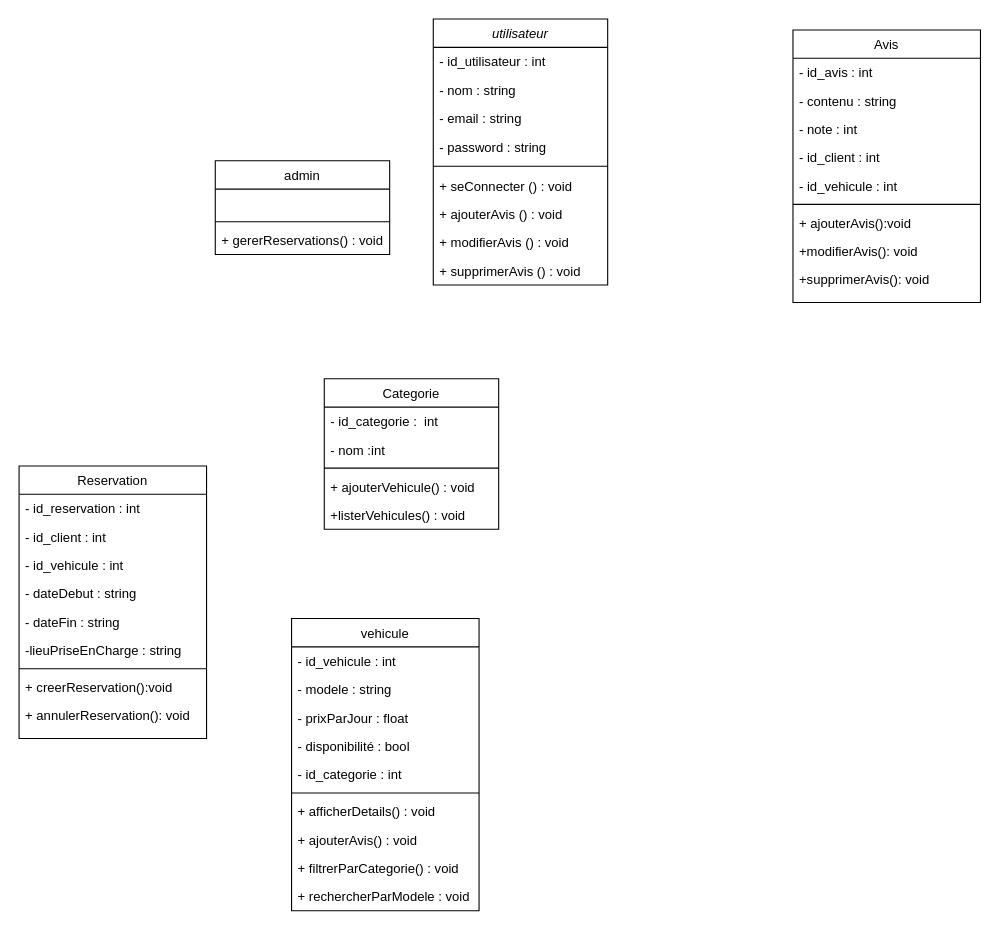
Before: diagrams/diagramme-classe.drawio in HananeOubaha/brief10-drive-loc, a draw.io diagram. Source tidied: cells renumbered, new cells numbered last; positions are measured from the earlier drawing's top-left corner, leaving out a move shared by most shapes. Both pictures are drawn from the tidied source at 109%, with x=0, y=0 at pixel (19, 19).
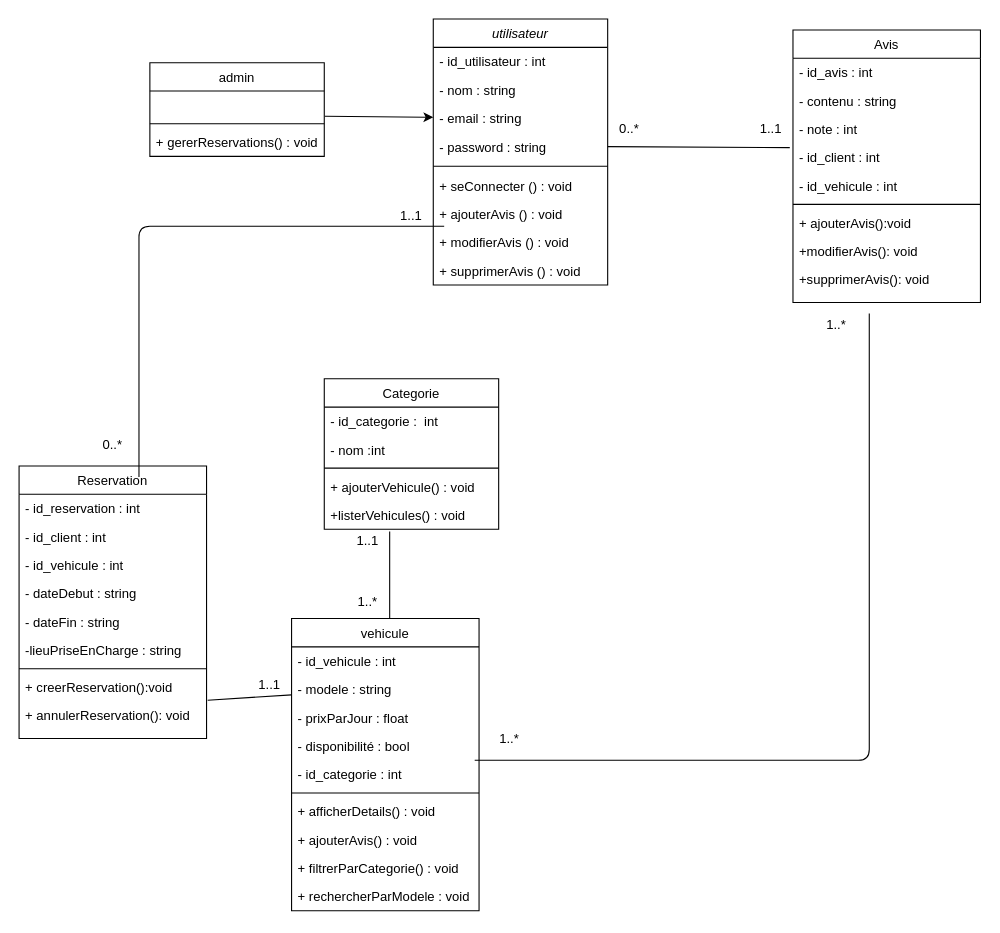
The same page after the edit.

Commit message:
j'ai fini le diagramme de classe

Unchanged cells that the change refers to:
```xml
<mxCell id="5" value="- email : string" style="text;align=left;verticalAlign=top;spacingLeft=4;spacingRight=4;overflow=hidden;points=[[0,0.5],[1,0.5]];portConstraint=eastwest;rounded=0;shadow=0;html=0;" parent="2" vertex="1">
  <mxGeometry y="78" width="160" height="26" as="geometry" />
</mxCell>
<mxCell id="6" value="- password : string" style="text;align=left;verticalAlign=top;spacingLeft=4;spacingRight=4;overflow=hidden;points=[[0,0.5],[1,0.5]];portConstraint=eastwest;" parent="2" vertex="1">
  <mxGeometry y="104" width="160" height="26" as="geometry" />
</mxCell>
<mxCell id="19" value=" " style="text;align=left;verticalAlign=top;spacingLeft=4;spacingRight=4;overflow=hidden;points=[[0,0.5],[1,0.5]];portConstraint=eastwest;" parent="18" vertex="1">
  <mxGeometry y="26" width="160" height="26" as="geometry" />
</mxCell>
<mxCell id="42" value="+ annulerReservation(): void" style="text;align=left;verticalAlign=top;spacingLeft=4;spacingRight=4;overflow=hidden;points=[[0,0.5],[1,0.5]];portConstraint=eastwest;" parent="33" vertex="1">
  <mxGeometry y="216" width="172" height="26" as="geometry" />
</mxCell>
<mxCell id="47" value="- id_client : int " style="text;align=left;verticalAlign=top;spacingLeft=4;spacingRight=4;overflow=hidden;points=[[0,0.5],[1,0.5]];portConstraint=eastwest;rounded=0;shadow=0;html=0;" parent="43" vertex="1">
  <mxGeometry y="104" width="172" height="26" as="geometry" />
</mxCell>
```

What changed in the source:
```diff
@@
     <mxCell id="18" value="admin" style="swimlane;fontStyle=0;align=center;verticalAlign=top;horizontal=1;startSize=26;rounded=0;shadow=0;strokeWidth=1;" parent="1" vertex="1">
-      <mxGeometry x="180" y="130" width="160" height="86" as="geometry" />
+      <mxGeometry x="120" y="40" width="160" height="86" as="geometry" />
     </mxCell>
@@
+    <mxCell id="53" style="edgeStyle=none;html=1;exitX=1.003;exitY=0.89;exitDx=0;exitDy=0;exitPerimeter=0;" parent="1" edge="1" source="19" target="5">
+      <mxGeometry relative="1" as="geometry" />
+    </mxCell>
+    <mxCell id="54" style="endArrow=none;html=1;exitX=1;exitY=0.5;exitDx=0;exitDy=0;entryX=-0.017;entryY=0.151;entryDx=0;entryDy=0;entryPerimeter=0;" parent="1" edge="1" source="6" target="47">
+      <mxGeometry relative="1" as="geometry" />
+    </mxCell>
+    <mxCell id="55" value="0..*" style="text;html=1;strokeColor=none;fillColor=none;align=center;verticalAlign=middle;whiteSpace=wrap;rounded=0;" parent="1" vertex="1">
+      <mxGeometry x="540" y="90" width="40" height="22" as="geometry" />
+    </mxCell>
+    <mxCell id="56" value="1..1" style="text;html=1;strokeColor=none;fillColor=none;align=center;verticalAlign=middle;whiteSpace=wrap;rounded=0;" parent="1" vertex="1">
+      <mxGeometry x="670" y="90" width="40" height="22" as="geometry" />
+    </mxCell>
+    <mxCell id="57" style="endArrow=none;html=1;" parent="1" edge="1">
+      <mxGeometry relative="1" as="geometry">
+        <mxPoint x="390" y="190" as="sourcePoint" />
+        <mxPoint x="110" y="420" as="targetPoint" />
+        <Array as="points">
+          <mxPoint x="110" y="190" />
+        </Array>
+      </mxGeometry>
+    </mxCell>
+    <mxCell id="58" value="0..*" style="text;html=1;strokeColor=none;fillColor=none;align=center;verticalAlign=middle;whiteSpace=wrap;rounded=0;" parent="1" vertex="1">
+      <mxGeometry x="66" y="380" width="40" height="22" as="geometry" />
+    </mxCell>
+    <mxCell id="59" style="endArrow=none;html=1;exitX=1;exitY=0.5;exitDx=0;exitDy=0;" parent="1" edge="1">
+      <mxGeometry relative="1" as="geometry">
+        <mxPoint x="418" y="680" as="sourcePoint" />
+        <mxPoint x="780" y="270" as="targetPoint" />
+        <Array as="points">
+          <mxPoint x="780" y="680" />
+        </Array>
+      </mxGeometry>
+    </mxCell>
+    <mxCell id="60" value="1..*" style="text;html=1;strokeColor=none;fillColor=none;align=center;verticalAlign=middle;whiteSpace=wrap;rounded=0;" parent="1" vertex="1">
+      <mxGeometry x="730" y="270" width="40" height="22" as="geometry" />
+    </mxCell>
+    <mxCell id="61" style="endArrow=none;html=1;" parent="1" edge="1">
+      <mxGeometry relative="1" as="geometry">
+        <mxPoint x="340" y="550" as="sourcePoint" />
+        <mxPoint x="340" y="470" as="targetPoint" />
+      </mxGeometry>
+    </mxCell>
+    <mxCell id="62" value="1..1" style="text;html=1;strokeColor=none;fillColor=none;align=center;verticalAlign=middle;whiteSpace=wrap;rounded=0;" parent="1" vertex="1">
+      <mxGeometry x="300" y="468" width="40" height="22" as="geometry" />
+    </mxCell>
+    <mxCell id="63" value="1..*" style="text;html=1;strokeColor=none;fillColor=none;align=center;verticalAlign=middle;whiteSpace=wrap;rounded=0;" parent="1" vertex="1">
+      <mxGeometry x="300" y="524" width="40" height="22" as="geometry" />
+    </mxCell>
+    <mxCell id="64" style="endArrow=none;html=1;exitX=1.006;exitY=-0.041;exitDx=0;exitDy=0;exitPerimeter=0;" parent="1" edge="1" source="42">
+      <mxGeometry relative="1" as="geometry">
+        <mxPoint x="250" y="620" as="targetPoint" />
+      </mxGeometry>
+    </mxCell>
+    <mxCell id="65" value="1..1" style="text;html=1;strokeColor=none;fillColor=none;align=center;verticalAlign=middle;whiteSpace=wrap;rounded=0;" parent="1" vertex="1">
+      <mxGeometry x="210" y="600" width="40" height="22" as="geometry" />
+    </mxCell>
+    <mxCell id="66" value="1..1" style="text;html=1;strokeColor=none;fillColor=none;align=center;verticalAlign=middle;whiteSpace=wrap;rounded=0;" parent="1" vertex="1">
+      <mxGeometry x="340" y="170" width="40" height="22" as="geometry" />
+    </mxCell>
+    <mxCell id="67" value="1..*" style="text;html=1;strokeColor=none;fillColor=none;align=center;verticalAlign=middle;whiteSpace=wrap;rounded=0;" parent="1" vertex="1">
+      <mxGeometry x="430" y="650" width="40" height="22" as="geometry" />
+    </mxCell>
```
